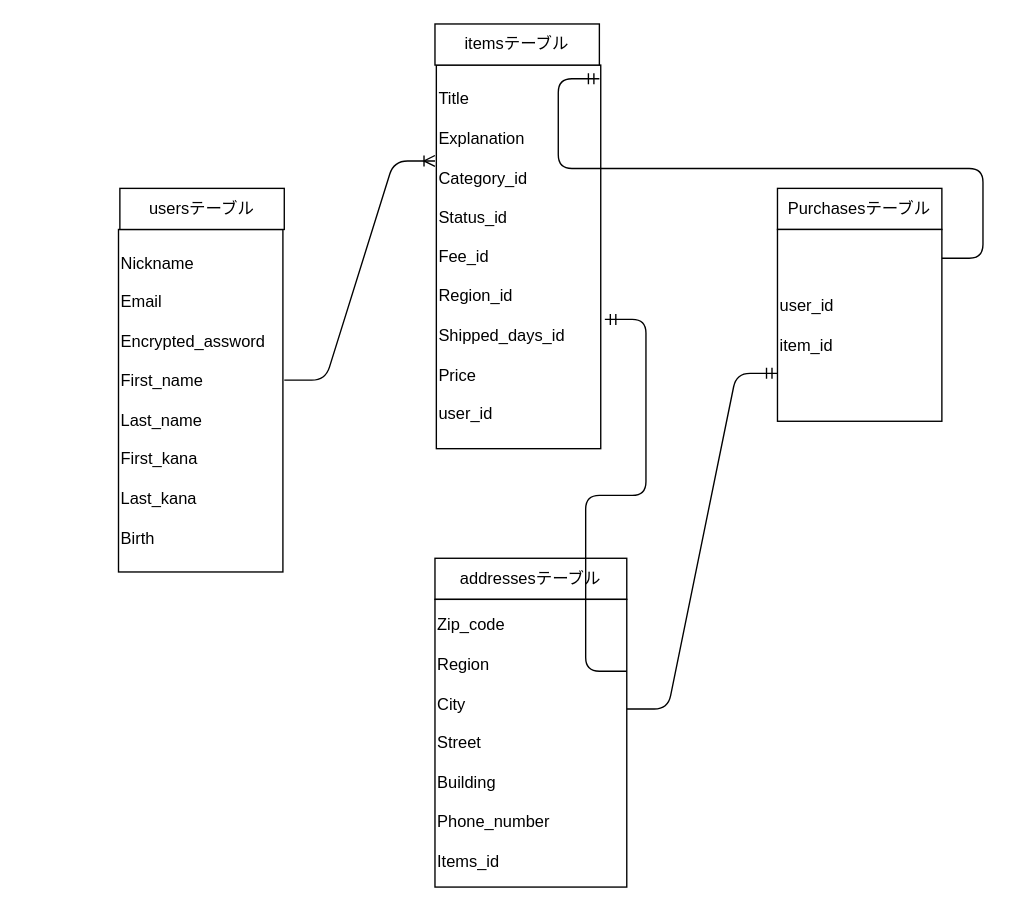
Before: test.dio in Mmy26/furima-36994, a draw.io diagram. Source tidied: cells renumbered, new cells numbered last; positions are measured from the earlier drawing's top-left corner, leaving out a move shared by most shapes. Both pictures are drawn from the tidied source at 137%, with x=0, y=0 at pixel (23, 23).
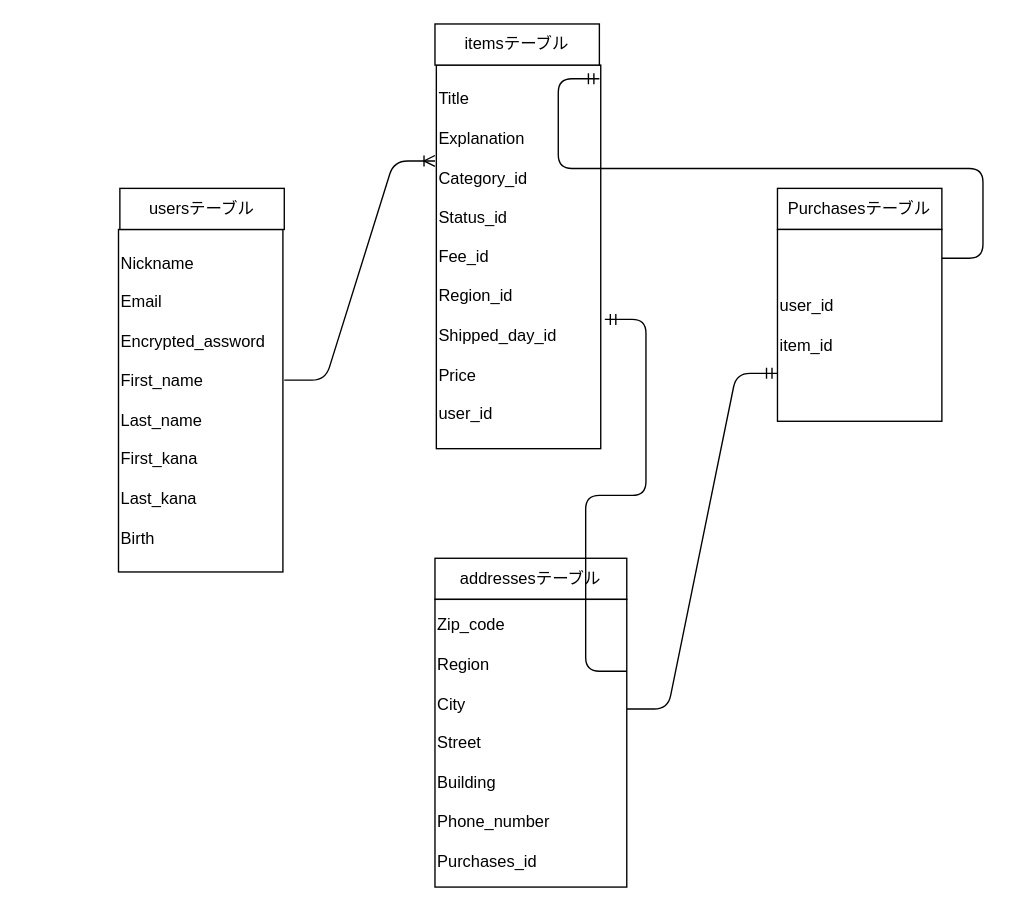
After the change.

Commit message (it also covers changes not shown here):
READEMEの修正の修正

Diff of the diagram source:
```diff
@@
 <mxGraphModel>
   <root>
     <mxCell id="0" />
     <mxCell id="1" parent="0" />
     <mxCell id="2" value="&lt;span&gt;Nickname&lt;br&gt;&lt;/span&gt;&lt;br&gt;&lt;span&gt;Email&lt;br&gt;&lt;/span&gt;&lt;br&gt;&lt;span&gt;Encrypted_assword&lt;br&gt;&lt;/span&gt;&lt;br&gt;&lt;span&gt;First_name&lt;br&gt;&lt;/span&gt;&lt;br&gt;&lt;span&gt;Last_name&lt;br&gt;&lt;/span&gt;&lt;br&gt;First_kana&lt;br&gt;&lt;br&gt;Last_kana&lt;br&gt;&lt;br&gt;Birth" style="whiteSpace=wrap;html=1;rounded=0;sketch=0;align=left;" parent="1" vertex="1">
       <mxGeometry x="69" y="150" width="120" height="250" as="geometry" />
     </mxCell>
     <mxCell id="3" value="usersテーブル" style="whiteSpace=wrap;html=1;rounded=0;sketch=0;" parent="1" vertex="1">
       <mxGeometry x="70" y="120" width="120" height="30" as="geometry" />
     </mxCell>
     <mxCell id="4" style="edgeStyle=orthogonalEdgeStyle;curved=0;rounded=1;sketch=0;orthogonalLoop=1;jettySize=auto;html=1;exitX=0.5;exitY=1;exitDx=0;exitDy=0;" parent="1" edge="1" source="2" target="2">
       <mxGeometry relative="1" as="geometry" />
     </mxCell>
-    <mxCell id="5" value="&lt;span&gt;Title&lt;br&gt;&lt;/span&gt;&lt;br&gt;&lt;span&gt;Explanation&lt;/span&gt;&lt;br&gt;&lt;span&gt;&lt;br&gt;Category_id&lt;/span&gt;&lt;br&gt;&lt;span&gt;&lt;br&gt;Status_id&lt;br&gt;&lt;br&gt;&lt;/span&gt;Fee_id&lt;br&gt;&lt;br&gt;Region_id&lt;br&gt;&lt;br&gt;Shipped_days_id&lt;br&gt;&lt;br&gt;Price&lt;br&gt;&lt;span&gt;&lt;br&gt;user_id&lt;br&gt;&lt;/span&gt;" style="whiteSpace=wrap;html=1;rounded=0;sketch=0;align=left;" parent="1" vertex="1">
+    <mxCell id="5" value="&lt;span&gt;Title&lt;br&gt;&lt;/span&gt;&lt;br&gt;&lt;span&gt;Explanation&lt;/span&gt;&lt;br&gt;&lt;span&gt;&lt;br&gt;Category_id&lt;/span&gt;&lt;br&gt;&lt;span&gt;&lt;br&gt;Status_id&lt;br&gt;&lt;br&gt;&lt;/span&gt;Fee_id&lt;br&gt;&lt;br&gt;Region_id&lt;br&gt;&lt;br&gt;Shipped_day_id&lt;br&gt;&lt;br&gt;Price&lt;br&gt;&lt;span&gt;&lt;br&gt;user_id&lt;br&gt;&lt;/span&gt;" style="whiteSpace=wrap;html=1;rounded=0;sketch=0;align=left;" parent="1" vertex="1">
       <mxGeometry x="301" y="30" width="120" height="280" as="geometry" />
     </mxCell>
     <mxCell id="6" value="itemsテーブル" style="whiteSpace=wrap;html=1;rounded=0;sketch=0;" parent="1" vertex="1">
       <mxGeometry x="300" width="120" height="30" as="geometry" />
     </mxCell>
     <mxCell id="7" style="edgeStyle=orthogonalEdgeStyle;curved=0;rounded=1;sketch=0;orthogonalLoop=1;jettySize=auto;html=1;exitX=0.5;exitY=1;exitDx=0;exitDy=0;" parent="1" edge="1" source="5" target="5">
       <mxGeometry relative="1" as="geometry" />
     </mxCell>
     <mxCell id="8" value="Purchasesテーブル" style="whiteSpace=wrap;html=1;rounded=0;sketch=0;" parent="1" vertex="1">
       <mxGeometry x="550" y="120" width="120" height="30" as="geometry" />
     </mxCell>
     <mxCell id="9" value="user_id&lt;br&gt;&lt;br&gt;item_id" style="whiteSpace=wrap;html=1;rounded=0;sketch=0;align=left;" parent="1" vertex="1">
       <mxGeometry x="550" y="150" width="120" height="140" as="geometry" />
     </mxCell>
     <mxCell id="10" value="addressesテーブル" style="whiteSpace=wrap;html=1;rounded=0;sketch=0;" parent="1" vertex="1">
       <mxGeometry x="300" y="390" width="140" height="30" as="geometry" />
     </mxCell>
-    <mxCell id="11" value="&lt;span&gt;Zip_code&lt;br&gt;&lt;/span&gt;&lt;br&gt;&lt;span&gt;Region&lt;br&gt;&lt;/span&gt;&lt;br&gt;&lt;span&gt;City&lt;br&gt;&lt;/span&gt;&lt;br&gt;&lt;span&gt;Street&lt;br&gt;&lt;/span&gt;&lt;br&gt;&lt;span&gt;Building&lt;br&gt;&lt;/span&gt;&lt;br&gt;&lt;span&gt;Phone_number&lt;br&gt;&lt;/span&gt;&lt;br&gt;&lt;span&gt;Items_id&lt;/span&gt;" style="whiteSpace=wrap;html=1;rounded=0;sketch=0;align=left;" parent="1" vertex="1">
+    <mxCell id="11" value="&lt;span&gt;Zip_code&lt;br&gt;&lt;/span&gt;&lt;br&gt;&lt;span&gt;Region&lt;br&gt;&lt;/span&gt;&lt;br&gt;&lt;span&gt;City&lt;br&gt;&lt;/span&gt;&lt;br&gt;&lt;span&gt;Street&lt;br&gt;&lt;/span&gt;&lt;br&gt;&lt;span&gt;Building&lt;br&gt;&lt;/span&gt;&lt;br&gt;&lt;span&gt;Phone_number&lt;br&gt;&lt;/span&gt;&lt;br&gt;&lt;span&gt;Purchases_id&lt;/span&gt;" style="whiteSpace=wrap;html=1;rounded=0;sketch=0;align=left;" parent="1" vertex="1">
       <mxGeometry x="300" y="420" width="140" height="210" as="geometry" />
     </mxCell>
     <mxCell id="12" style="edgeStyle=entityRelationEdgeStyle;fontSize=12;html=1;endArrow=ERoneToMany;" parent="1" edge="1">
       <mxGeometry relative="1" as="geometry">
         <mxPoint x="190" y="260" as="sourcePoint" />
         <mxPoint x="300" y="100" as="targetPoint" />
       </mxGeometry>
     </mxCell>
     <mxCell id="13" value="&#10;&#10;&#10;&#10;" style="text;strokeColor=none;fillColor=none;spacingLeft=4;spacingRight=4;overflow=hidden;fontSize=12;" parent="1" vertex="1">
       <mxGeometry y="490" width="160" height="30" as="geometry" />
     </mxCell>
     <mxCell id="14" style="edgeStyle=entityRelationEdgeStyle;fontSize=12;html=1;endArrow=ERmandOne;entryX=1.025;entryY=0.663;entryDx=0;entryDy=0;exitX=1;exitY=0.25;exitDx=0;exitDy=0;entryPerimeter=0;" parent="1" edge="1" source="11" target="5">
       <mxGeometry relative="1" as="geometry" />
     </mxCell>
     <mxCell id="15" style="edgeStyle=entityRelationEdgeStyle;fontSize=12;html=1;endArrow=ERmandOne;exitX=1;exitY=0.15;exitDx=0;exitDy=0;exitPerimeter=0;" parent="1" edge="1" source="9">
       <mxGeometry relative="1" as="geometry">
         <mxPoint x="420" y="40" as="targetPoint" />
       </mxGeometry>
     </mxCell>
     <mxCell id="16" style="edgeStyle=entityRelationEdgeStyle;fontSize=12;html=1;endArrow=ERmandOne;entryX=0;entryY=0.75;entryDx=0;entryDy=0;exitX=1;exitY=0.381;exitDx=0;exitDy=0;exitPerimeter=0;" parent="1" edge="1" source="11" target="9">
       <mxGeometry relative="1" as="geometry" />
     </mxCell>
   </root>
 </mxGraphModel>
```
